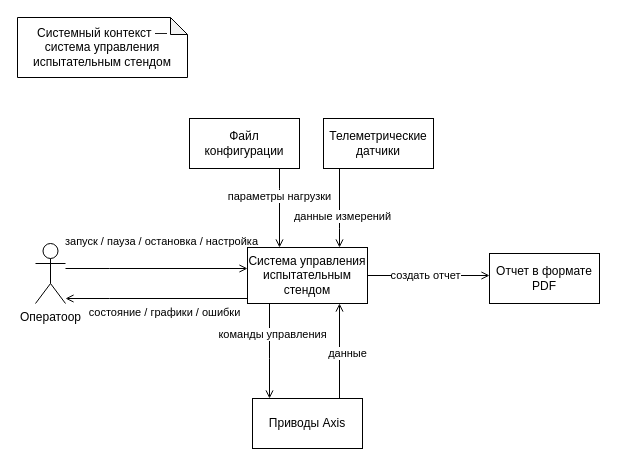
The draw.io diagram page "System Context" (1 of 5) of docs/black-box-diagrams/black-box-specifications.drawio in TarkWight/uas-test-system, before the edit. Source tidied: cells renumbered, new cells numbered last; positions are measured from the earlier drawing's top-left corner, leaving out a move shared by most shapes. Both pictures are drawn from the tidied source at 100%, with x=0, y=0 at pixel (17, 17).
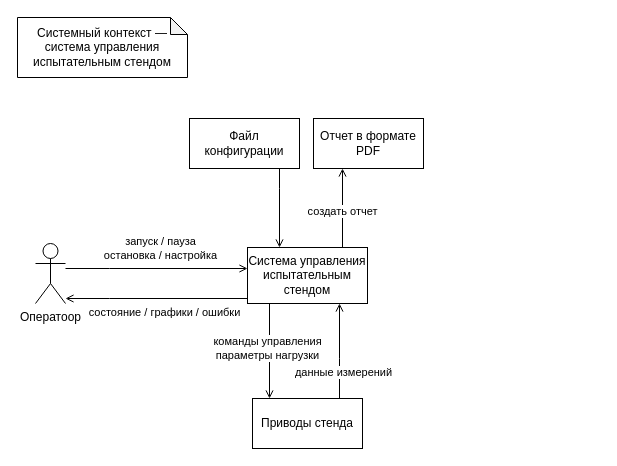
The same page after the edit.

Commit message:
?* black-box: update system context diagram

Unchanged cells that the change refers to:
```xml
<mxCell id="2" style="edgeStyle=orthogonalEdgeStyle;rounded=0;jettySize=auto;html=1;endArrow=open;endFill=0;" parent="1" edge="1" source="4" target="11">
  <mxGeometry relative="1" as="geometry">
    <Array as="points">
      <mxPoint x="92" y="251" />
      <mxPoint x="92" y="251" />
    </Array>
  </mxGeometry>
</mxCell>
<mxCell id="9" style="edgeStyle=orthogonalEdgeStyle;rounded=0;jettySize=auto;html=1;endArrow=open;endFill=0;" parent="1" edge="1" source="11" target="15">
  <mxGeometry relative="1" as="geometry">
    <Array as="points">
      <mxPoint x="252" y="341" />
      <mxPoint x="252" y="341" />
    </Array>
  </mxGeometry>
</mxCell>
<mxCell id="11" value="Система управления испытательным стендом" style="html=1;whiteSpace=wrap;" parent="1" vertex="1">
  <mxGeometry x="230" y="230" width="120" height="56" as="geometry" />
</mxCell>
<mxCell id="13" style="edgeStyle=orthogonalEdgeStyle;rounded=0;jettySize=auto;html=1;endArrow=open;endFill=0;" parent="1" edge="1" source="15" target="11">
  <mxGeometry relative="1" as="geometry">
    <Array as="points">
      <mxPoint x="322" y="341" />
      <mxPoint x="322" y="341" />
    </Array>
  </mxGeometry>
</mxCell>
<mxCell id="20" style="edgeStyle=orthogonalEdgeStyle;rounded=0;jettySize=auto;html=1;endArrow=open;endFill=0;" parent="1" edge="1" source="22" target="11">
  <mxGeometry relative="1" as="geometry">
    <Array as="points">
      <mxPoint x="262" y="171" />
      <mxPoint x="262" y="171" />
    </Array>
  </mxGeometry>
</mxCell>
```

What changed in the source:
```diff
@@
-    <mxCell id="3" value="запуск / пауза / остановка / настройка" style="edgeLabel;align=center;verticalAlign=middle;imageAspect=1;absoluteArcSize=0;noLabel=0;convertToSvg=0;labelBackgroundColor=none;html=1;" parent="2" vertex="1">
+    <mxCell id="3" value="запуск / пауза&lt;div&gt;остановка / настройка&lt;/div&gt;" style="edgeLabel;align=center;verticalAlign=middle;imageAspect=1;absoluteArcSize=0;noLabel=0;convertToSvg=0;labelBackgroundColor=none;html=1;" parent="2" vertex="1">
       <mxGeometry x="-0.1" y="1" relative="1" as="geometry">
-        <mxPoint x="13" y="-27" as="offset" />
+        <mxPoint x="12" y="-20" as="offset" />
       </mxGeometry>
     </mxCell>
@@
     <mxCell id="7" style="edgeStyle=orthogonalEdgeStyle;rounded=0;jettySize=auto;html=1;endArrow=open;endFill=0;" parent="1" edge="1" source="11" target="12">
       <mxGeometry relative="1" as="geometry">
         <Array as="points">
-          <mxPoint x="332" y="261" />
+          <mxPoint x="325" y="199" />
+          <mxPoint x="325" y="199" />
         </Array>
       </mxGeometry>
     </mxCell>
@@
-    <mxCell id="10" value="команды управления" style="edgeLabel;html=1;align=center;verticalAlign=middle;" parent="9" vertex="1">
+    <mxCell id="10" value="команды управления&lt;div&gt;параметры нагрузки&lt;/div&gt;" style="edgeLabel;html=1;align=center;verticalAlign=middle;" parent="9" vertex="1">
       <mxGeometry x="-0.16" relative="1" as="geometry">
-        <mxPoint x="2" y="-10" as="offset" />
+        <mxPoint x="-3" y="4" as="offset" />
       </mxGeometry>
     </mxCell>
@@
     <mxCell id="12" value="Отчет в формате PDF" style="html=1;whiteSpace=wrap;" parent="1" vertex="1">
-      <mxGeometry x="472" y="236" width="110" height="50" as="geometry" />
+      <mxGeometry x="296" y="101" width="110" height="50" as="geometry" />
     </mxCell>
@@
-    <mxCell id="14" value="данные" style="edgeLabel;html=1;align=center;verticalAlign=middle;" parent="13" vertex="1">
+    <mxCell id="14" value="данные измерений" style="edgeLabel;html=1;align=center;verticalAlign=middle;" parent="13" vertex="1">
       <mxGeometry x="0.15" y="1" relative="1" as="geometry">
-        <mxPoint x="8" y="9" as="offset" />
+        <mxPoint x="4" y="28" as="offset" />
       </mxGeometry>
     </mxCell>
-    <mxCell id="15" value="Приводы Axis" style="html=1;whiteSpace=wrap;" parent="1" vertex="1">
+    <mxCell id="15" value="Приводы стенда" style="html=1;whiteSpace=wrap;" parent="1" vertex="1">
       <mxGeometry x="235" y="381" width="110" height="50" as="geometry" />
     </mxCell>
-    <mxCell id="16" style="edgeStyle=orthogonalEdgeStyle;rounded=0;jettySize=auto;html=1;endArrow=open;endFill=0;" parent="1" edge="1" source="18" target="11">
-      <mxGeometry relative="1" as="geometry">
-        <Array as="points">
-          <mxPoint x="322" y="211" />
-          <mxPoint x="322" y="211" />
-        </Array>
-      </mxGeometry>
-    </mxCell>
-    <mxCell id="17" value="данные измерений" style="edgeLabel;html=1;align=center;verticalAlign=middle;" parent="16" vertex="1">
-      <mxGeometry x="-0.05" y="2" relative="1" as="geometry">
-        <mxPoint y="9" as="offset" />
-      </mxGeometry>
-    </mxCell>
-    <mxCell id="18" value="Телеметрические датчики" style="html=1;whiteSpace=wrap;" parent="1" vertex="1">
-      <mxGeometry x="306" y="101" width="110" height="50" as="geometry" />
-    </mxCell>
@@
-    <mxCell id="21" value="параметры нагрузки" style="edgeLabel;html=1;align=center;verticalAlign=middle;" parent="20" vertex="1">
-      <mxGeometry x="-0.13" y="-1" relative="1" as="geometry">
-        <mxPoint y="-7" as="offset" />
-      </mxGeometry>
-    </mxCell>
```
